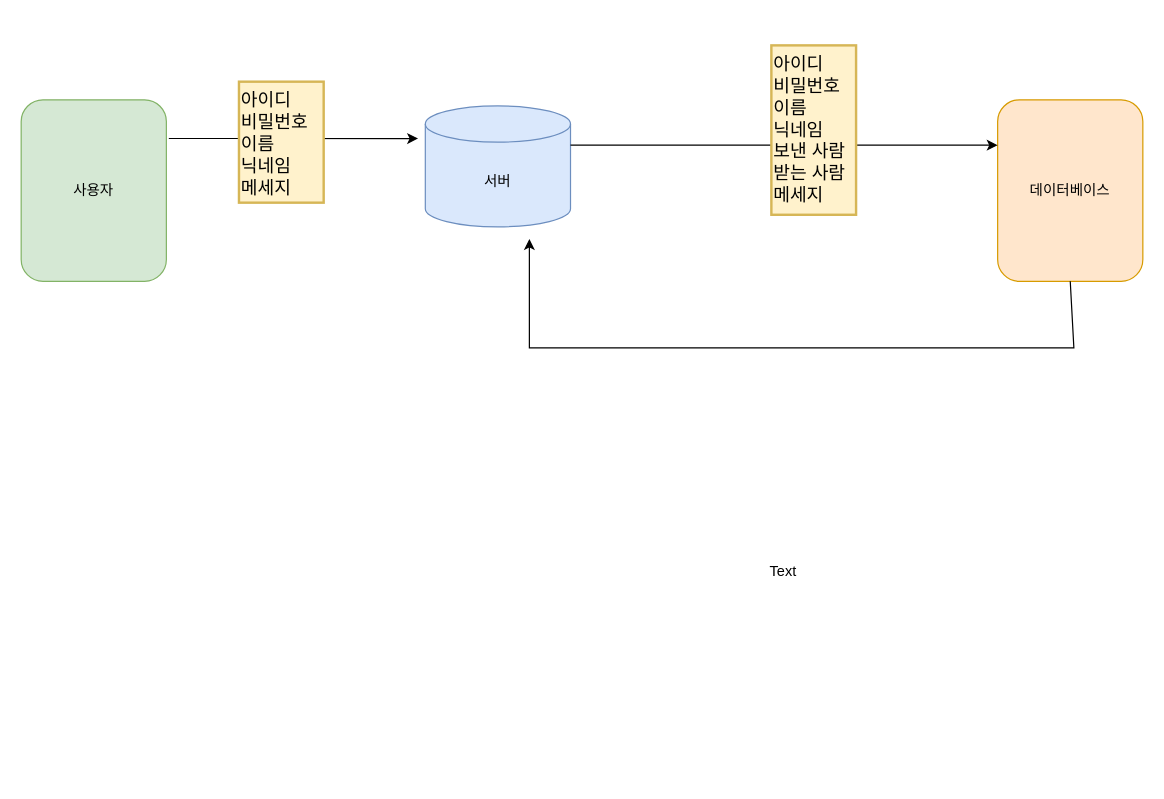
jh051777/chat keeps this draw.io diagram as 채팅 다이어그램.drawio. Above is the earlier version. Source tidied: cells renumbered, new cells numbered last; positions are measured from the earlier drawing's top-left corner, leaving out a move shared by most shapes. Both pictures are drawn from the tidied source at 121%, with x=0, y=0 at pixel (21, 45).
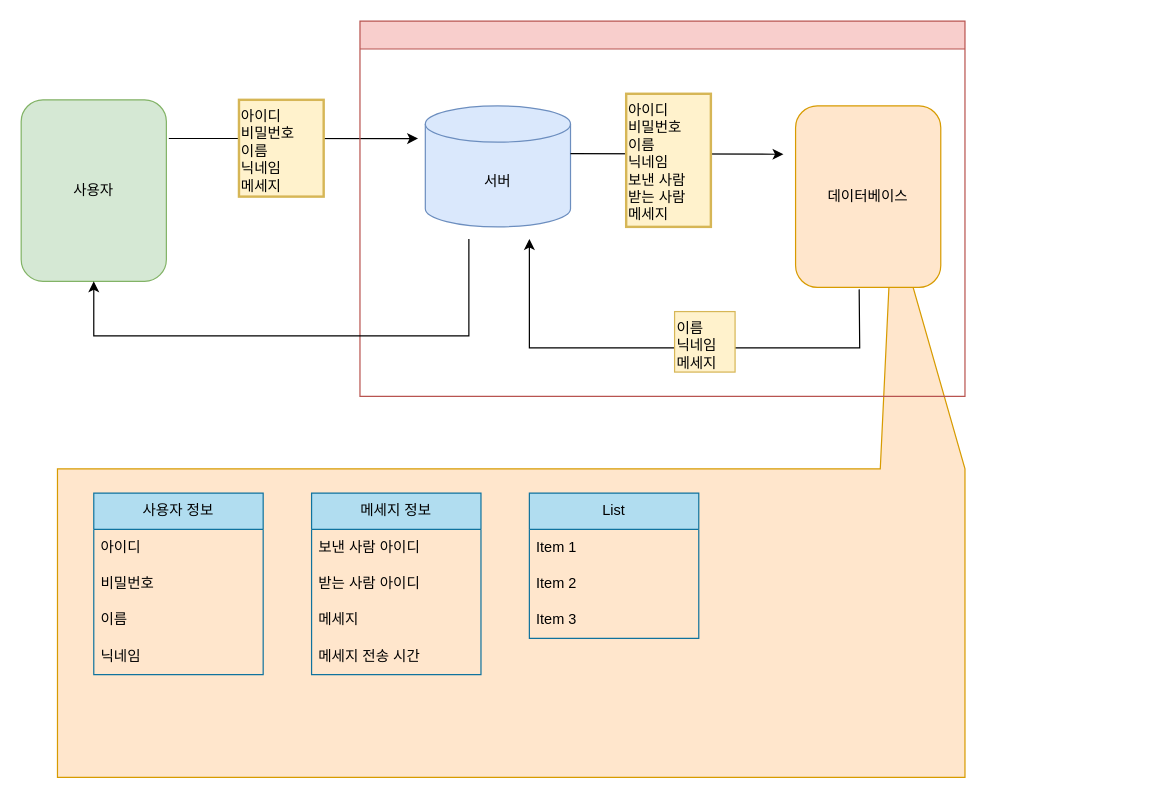
After the change.

Commit message:
채팅 다이어그램.drawio 업데이트

Unchanged cells that the change refers to:
```xml
<mxCell id="2" value="서버" style="shape=cylinder3;whiteSpace=wrap;html=1;boundedLbl=1;backgroundOutline=1;size=15;fillColor=#dae8fc;strokeColor=#6c8ebf;" parent="1" vertex="1">
  <mxGeometry x="334" y="50" width="120" height="100" as="geometry" />
</mxCell>
<mxCell id="3" value="사용자" style="rounded=1;whiteSpace=wrap;html=1;fillColor=#d5e8d4;strokeColor=#82b366;" parent="1" vertex="1">
  <mxGeometry y="45" width="120" height="150" as="geometry" />
</mxCell>
```

The edit, as a diff of the source:
```diff
@@
+    <mxCell id="11" style="shape=callout;whiteSpace=wrap;html=1;perimeter=calloutPerimeter;direction=west;position2=0.08;size=210;position=0;fillColor=#ffe6cc;base=70;strokeColor=#d79b00;" parent="1" vertex="1">
+      <mxGeometry x="30" y="140" width="750" height="465" as="geometry" />
+    </mxCell>
@@
-    <mxCell id="4" value="데이터베이스" style="rounded=1;whiteSpace=wrap;html=1;fillColor=#ffe6cc;strokeColor=#d79b00;" parent="1" vertex="1">
-      <mxGeometry x="807" y="45" width="120" height="150" as="geometry" />
-    </mxCell>
@@
-    <mxCell id="6" style="endArrow=classic;html=1;rounded=0;exitX=1;exitY=0;exitDx=0;exitDy=32.5;exitPerimeter=0;entryX=0;entryY=0.25;entryDx=0;entryDy=0;" parent="1" edge="1" source="2" target="4">
-      <mxGeometry relative="1" as="geometry" />
+    <mxCell id="6" style="endArrow=classic;html=1;rounded=0;exitX=1;exitY=0;exitDx=0;exitDy=32.5;exitPerimeter=0;" parent="1" edge="1">
+      <mxGeometry relative="1" as="geometry">
+        <mxPoint x="454" y="89.5" as="sourcePoint" />
+        <mxPoint x="630" y="90" as="targetPoint" />
+      </mxGeometry>
     </mxCell>
-    <mxCell id="7" style="endArrow=classic;html=1;rounded=0;exitX=0.5;exitY=1;exitDx=0;exitDy=0;" parent="1" edge="1" source="4">
+    <mxCell id="7" style="endArrow=classic;html=1;rounded=0;exitX=0.438;exitY=1.011;exitDx=0;exitDy=0;exitPerimeter=0;" parent="1" edge="1" source="4">
       <mxGeometry relative="1" as="geometry">
         <mxPoint x="420" y="160" as="targetPoint" />
         <Array as="points">
-          <mxPoint x="870" y="250" />
+          <mxPoint x="693" y="250" />
           <mxPoint x="420" y="250" />
         </Array>
       </mxGeometry>
     </mxCell>
-    <mxCell id="8" value="&lt;font style=&quot;font-size: 15px;&quot;&gt;아이디&lt;/font&gt;&lt;div style=&quot;font-size: 15px;&quot;&gt;&lt;font style=&quot;font-size: 15px;&quot;&gt;비밀번호&lt;/font&gt;&lt;/div&gt;&lt;div style=&quot;font-size: 15px;&quot;&gt;&lt;font style=&quot;font-size: 15px;&quot;&gt;이름&lt;/font&gt;&lt;/div&gt;&lt;div style=&quot;font-size: 15px;&quot;&gt;&lt;font style=&quot;font-size: 15px;&quot;&gt;닉네임&lt;/font&gt;&lt;/div&gt;&lt;div style=&quot;font-size: 15px;&quot;&gt;&lt;font style=&quot;font-size: 15px;&quot;&gt;메세지&lt;/font&gt;&lt;/div&gt;" style="text;html=1;align=left;verticalAlign=top;whiteSpace=wrap;rounded=0;strokeWidth=2;fillColor=#fff2cc;strokeColor=#d6b656;" parent="1" vertex="1">
-      <mxGeometry x="180" y="30" width="70" height="100" as="geometry" />
+    <mxCell id="8" value="&lt;font style=&quot;font-size: 12px;&quot;&gt;아이디&lt;/font&gt;&lt;div style=&quot;font-size: 12px;&quot;&gt;&lt;font style=&quot;font-size: 12px;&quot;&gt;비밀번호&lt;/font&gt;&lt;/div&gt;&lt;div style=&quot;font-size: 12px;&quot;&gt;&lt;font style=&quot;font-size: 12px;&quot;&gt;이름&lt;/font&gt;&lt;/div&gt;&lt;div style=&quot;font-size: 12px;&quot;&gt;&lt;font style=&quot;font-size: 12px;&quot;&gt;닉네임&lt;/font&gt;&lt;/div&gt;&lt;div style=&quot;font-size: 12px;&quot;&gt;&lt;font style=&quot;font-size: 12px;&quot;&gt;메세지&lt;/font&gt;&lt;/div&gt;" style="text;html=1;align=left;verticalAlign=top;whiteSpace=wrap;rounded=0;strokeWidth=2;fillColor=#fff2cc;strokeColor=#d6b656;fontSize=12;" parent="1" vertex="1">
+      <mxGeometry x="180" y="45" width="70" height="80" as="geometry" />
     </mxCell>
-    <mxCell id="9" value="Text" style="text;html=1;align=center;verticalAlign=middle;whiteSpace=wrap;rounded=0;" parent="1" vertex="1">
-      <mxGeometry x="600" y="420" width="60" height="30" as="geometry" />
-    </mxCell>
+    <mxCell id="12" style="swimlane;whiteSpace=wrap;html=1;fillColor=#f8cecc;strokeColor=#b85450;" parent="1" vertex="1">
+      <mxGeometry x="280" y="-20" width="500" height="310" as="geometry" />
+    </mxCell>
+    <mxCell id="4" value="데이터베이스" style="rounded=1;whiteSpace=wrap;html=1;fillColor=#ffe6cc;strokeColor=#d79b00;" parent="12" vertex="1">
+      <mxGeometry x="360" y="70" width="120" height="150" as="geometry" />
+    </mxCell>
+    <mxCell id="13" value="&lt;div&gt;이름&lt;/div&gt;&lt;div&gt;닉네임&lt;/div&gt;&lt;div&gt;메세지&lt;/div&gt;" style="text;html=1;align=left;verticalAlign=top;whiteSpace=wrap;rounded=0;horizontal=1;fillColor=#fff2cc;strokeColor=#d6b656;" parent="12" vertex="1">
+      <mxGeometry x="260" y="240" width="50" height="50" as="geometry" />
+    </mxCell>
-    <mxCell id="10" value="&lt;font style=&quot;font-size: 15px;&quot;&gt;아이디&lt;/font&gt;&lt;div style=&quot;font-size: 15px;&quot;&gt;&lt;font style=&quot;font-size: 15px;&quot;&gt;비밀번호&lt;/font&gt;&lt;/div&gt;&lt;div style=&quot;font-size: 15px;&quot;&gt;&lt;font style=&quot;font-size: 15px;&quot;&gt;이름&lt;/font&gt;&lt;/div&gt;&lt;div style=&quot;font-size: 15px;&quot;&gt;&lt;font style=&quot;font-size: 15px;&quot;&gt;닉네임&lt;/font&gt;&lt;/div&gt;&lt;div style=&quot;font-size: 15px;&quot;&gt;보낸 사람&lt;/div&gt;&lt;div style=&quot;font-size: 15px;&quot;&gt;받는 사람&lt;/div&gt;&lt;div style=&quot;font-size: 15px;&quot;&gt;메세지&lt;/div&gt;" style="text;html=1;align=left;verticalAlign=top;whiteSpace=wrap;rounded=0;strokeWidth=2;fillColor=#fff2cc;strokeColor=#d6b656;" parent="1" vertex="1">
-      <mxGeometry x="620" width="70" height="140" as="geometry" />
+    <mxCell id="10" value="&lt;font style=&quot;font-size: 12px;&quot;&gt;아이디&lt;/font&gt;&lt;div style=&quot;font-size: 12px;&quot;&gt;&lt;font style=&quot;font-size: 12px;&quot;&gt;비밀번호&lt;/font&gt;&lt;/div&gt;&lt;div style=&quot;font-size: 12px;&quot;&gt;&lt;font style=&quot;font-size: 12px;&quot;&gt;이름&lt;/font&gt;&lt;/div&gt;&lt;div style=&quot;font-size: 12px;&quot;&gt;&lt;font style=&quot;font-size: 12px;&quot;&gt;닉네임&lt;/font&gt;&lt;/div&gt;&lt;div style=&quot;font-size: 12px;&quot;&gt;보낸 사람&lt;/div&gt;&lt;div style=&quot;font-size: 12px;&quot;&gt;받는 사람&lt;/div&gt;&lt;div style=&quot;font-size: 12px;&quot;&gt;메세지&lt;/div&gt;" style="text;html=1;align=left;verticalAlign=top;whiteSpace=wrap;rounded=0;strokeWidth=2;fillColor=#fff2cc;strokeColor=#d6b656;fontSize=12;" parent="12" vertex="1">
+      <mxGeometry x="220" y="60" width="70" height="110" as="geometry" />
     </mxCell>
+    <mxCell id="14" style="endArrow=classic;html=1;rounded=0;entryX=0.5;entryY=1;entryDx=0;entryDy=0;" parent="1" edge="1" target="3">
+      <mxGeometry relative="1" as="geometry">
+        <mxPoint x="370" y="160" as="sourcePoint" />
+        <Array as="points">
+          <mxPoint x="370" y="240" />
+          <mxPoint x="60" y="240" />
+        </Array>
+      </mxGeometry>
+    </mxCell>
+    <mxCell id="15" value="사용자 정보" style="swimlane;fontStyle=0;horizontal=1;startSize=30;whiteSpace=wrap;html=1;fillColor=#b1ddf0;strokeColor=#10739e;" parent="1" vertex="1">
+      <mxGeometry x="60" y="370" width="140" height="150" as="geometry" />
+    </mxCell>
+    <mxCell id="16" value="아이디" style="text;strokeColor=none;fillColor=none;align=left;verticalAlign=middle;spacingLeft=4;spacingRight=4;overflow=hidden;whiteSpace=wrap;html=1;" parent="15" vertex="1">
+      <mxGeometry y="30" width="140" height="30" as="geometry" />
+    </mxCell>
+    <mxCell id="17" value="비밀번호" style="text;strokeColor=none;fillColor=none;align=left;verticalAlign=middle;spacingLeft=4;spacingRight=4;overflow=hidden;whiteSpace=wrap;html=1;" parent="15" vertex="1">
+      <mxGeometry y="60" width="140" height="30" as="geometry" />
+    </mxCell>
+    <mxCell id="18" value="이름" style="text;strokeColor=none;fillColor=none;align=left;verticalAlign=middle;spacingLeft=4;spacingRight=4;overflow=hidden;whiteSpace=wrap;html=1;" parent="15" vertex="1">
+      <mxGeometry y="90" width="140" height="30" as="geometry" />
+    </mxCell>
+    <mxCell id="19" value="닉네임" style="text;strokeColor=none;fillColor=none;align=left;verticalAlign=middle;spacingLeft=4;spacingRight=4;overflow=hidden;whiteSpace=wrap;html=1;" parent="15" vertex="1">
+      <mxGeometry y="120" width="140" height="30" as="geometry" />
+    </mxCell>
+    <mxCell id="20" value="메세지 정보" style="swimlane;fontStyle=0;horizontal=1;startSize=30;whiteSpace=wrap;html=1;fillColor=#b1ddf0;strokeColor=#10739e;" parent="1" vertex="1">
+      <mxGeometry x="240" y="370" width="140" height="150" as="geometry" />
+    </mxCell>
+    <mxCell id="21" value="보낸 사람 아이디" style="text;strokeColor=none;fillColor=none;align=left;verticalAlign=middle;spacingLeft=4;spacingRight=4;overflow=hidden;whiteSpace=wrap;html=1;" parent="20" vertex="1">
+      <mxGeometry y="30" width="140" height="30" as="geometry" />
+    </mxCell>
+    <mxCell id="22" value="받는 사람 아이디" style="text;strokeColor=none;fillColor=none;align=left;verticalAlign=middle;spacingLeft=4;spacingRight=4;overflow=hidden;whiteSpace=wrap;html=1;" parent="20" vertex="1">
+      <mxGeometry y="60" width="140" height="30" as="geometry" />
+    </mxCell>
+    <mxCell id="23" value="메세지" style="text;strokeColor=none;fillColor=none;align=left;verticalAlign=middle;spacingLeft=4;spacingRight=4;overflow=hidden;whiteSpace=wrap;html=1;" parent="20" vertex="1">
+      <mxGeometry y="90" width="140" height="30" as="geometry" />
+    </mxCell>
+    <mxCell id="24" value="메세지 전송 시간" style="text;strokeColor=none;fillColor=none;align=left;verticalAlign=middle;spacingLeft=4;spacingRight=4;overflow=hidden;whiteSpace=wrap;html=1;" parent="20" vertex="1">
+      <mxGeometry y="120" width="140" height="30" as="geometry" />
+    </mxCell>
+    <mxCell id="25" value="List" style="swimlane;fontStyle=0;horizontal=1;startSize=30;whiteSpace=wrap;html=1;fillColor=#b1ddf0;strokeColor=#10739e;" parent="1" vertex="1">
+      <mxGeometry x="420" y="370" width="140" height="120" as="geometry" />
+    </mxCell>
+    <mxCell id="26" value="Item 1" style="text;strokeColor=none;fillColor=none;align=left;verticalAlign=middle;spacingLeft=4;spacingRight=4;overflow=hidden;whiteSpace=wrap;html=1;" parent="25" vertex="1">
+      <mxGeometry y="30" width="140" height="30" as="geometry" />
+    </mxCell>
+    <mxCell id="27" value="Item 2" style="text;strokeColor=none;fillColor=none;align=left;verticalAlign=middle;spacingLeft=4;spacingRight=4;overflow=hidden;whiteSpace=wrap;html=1;" parent="25" vertex="1">
+      <mxGeometry y="60" width="140" height="30" as="geometry" />
+    </mxCell>
+    <mxCell id="28" value="Item 3" style="text;strokeColor=none;fillColor=none;align=left;verticalAlign=middle;spacingLeft=4;spacingRight=4;overflow=hidden;whiteSpace=wrap;html=1;" parent="25" vertex="1">
+      <mxGeometry y="90" width="140" height="30" as="geometry" />
+    </mxCell>
```
